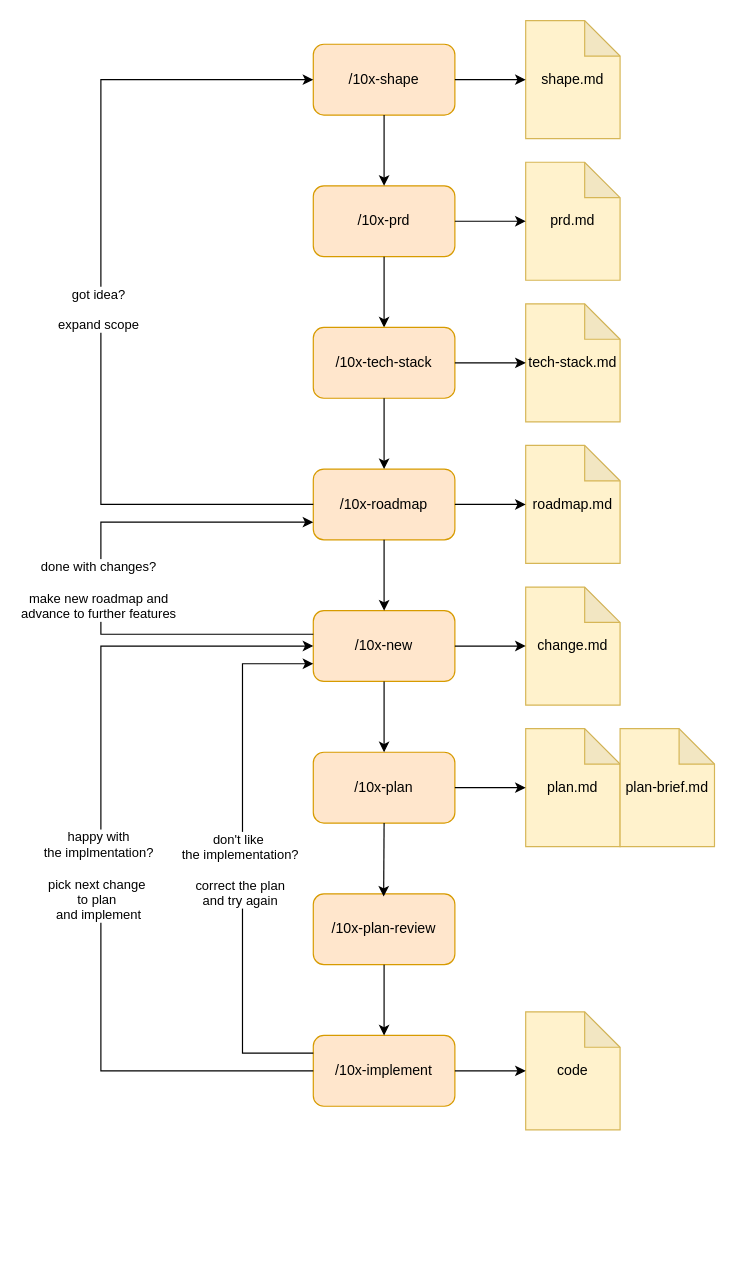
Earlier version of the draw.io diagram docs/reference/skills flows.drawio (pdrozdowski/MilkyWayTrader). Source tidied: cells renumbered, new cells numbered last; positions are measured from the earlier drawing's top-left corner, leaving out a move shared by most shapes. Both pictures are drawn from the tidied source at 118%, with x=0, y=0 at pixel (100, 20).
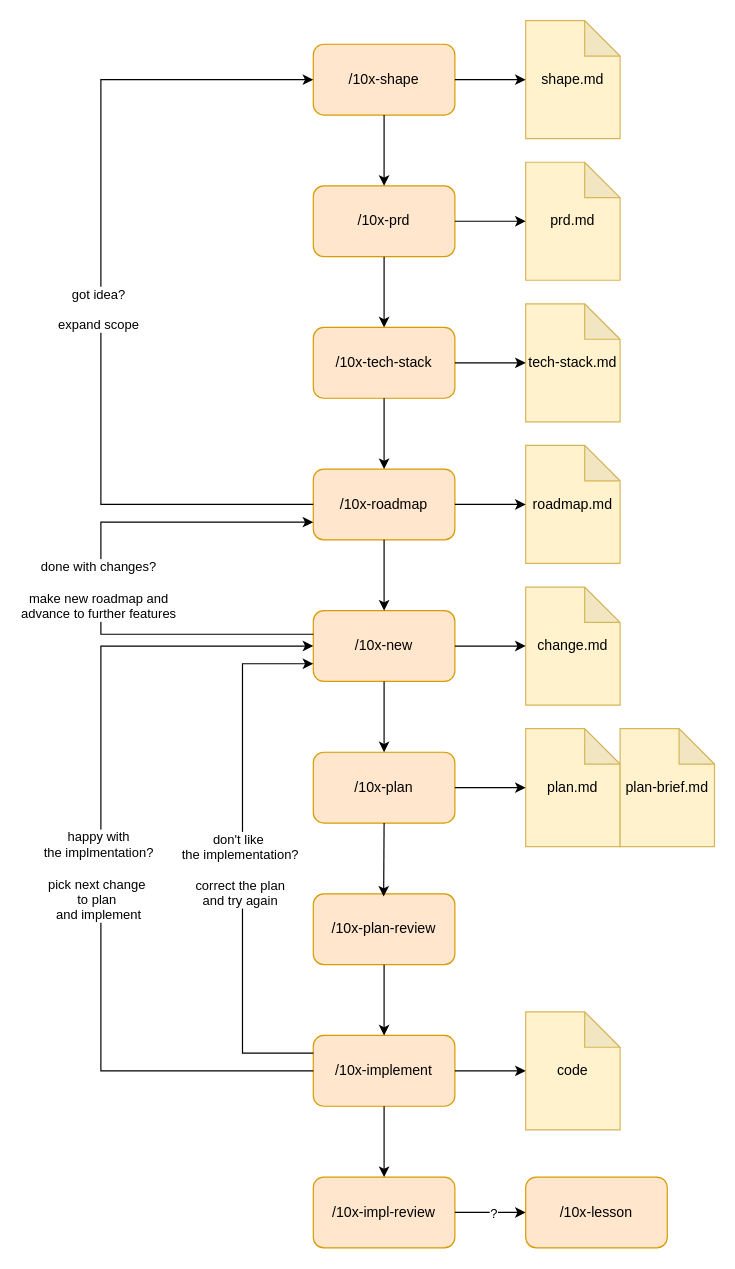
After the change.

Unchanged cells that the change refers to:
```xml
<mxCell id="30" value="/10x-implement" style="rounded=1;whiteSpace=wrap;html=1;fillColor=#ffe6cc;strokeColor=#d79b00;" parent="1" vertex="1">
  <mxGeometry x="180" y="860" width="120" height="60" as="geometry" />
</mxCell>
```

What changed in the source:
```diff
@@
+    <mxCell id="40" value="/10x-impl-review" style="rounded=1;whiteSpace=wrap;html=1;fillColor=#ffe6cc;strokeColor=#d79b00;" parent="1" vertex="1">
+      <mxGeometry x="180" y="980" width="120" height="60" as="geometry" />
+    </mxCell>
+    <mxCell id="41" style="endArrow=classic;html=1;rounded=0;exitX=0.5;exitY=1;exitDx=0;exitDy=0;entryX=0.5;entryY=0;entryDx=0;entryDy=0;" parent="1" edge="1" source="30" target="40">
+      <mxGeometry relative="1" as="geometry" />
+    </mxCell>
+    <mxCell id="42" value="/10x-lesson" style="rounded=1;whiteSpace=wrap;html=1;fillColor=#ffe6cc;strokeColor=#d79b00;" parent="1" vertex="1">
+      <mxGeometry x="360" y="980" width="120" height="60" as="geometry" />
+    </mxCell>
+    <mxCell id="43" style="endArrow=classic;html=1;rounded=0;exitX=1;exitY=0.5;exitDx=0;exitDy=0;entryX=0;entryY=0.5;entryDx=0;entryDy=0;" parent="1" edge="1" source="40" target="42">
+      <mxGeometry relative="1" as="geometry" />
+    </mxCell>
+    <mxCell id="44" value="?" style="edgeLabel;html=1;align=center;verticalAlign=middle;" parent="43" vertex="1">
+      <mxGeometry x="0.07" relative="1" as="geometry" />
+    </mxCell>
```
